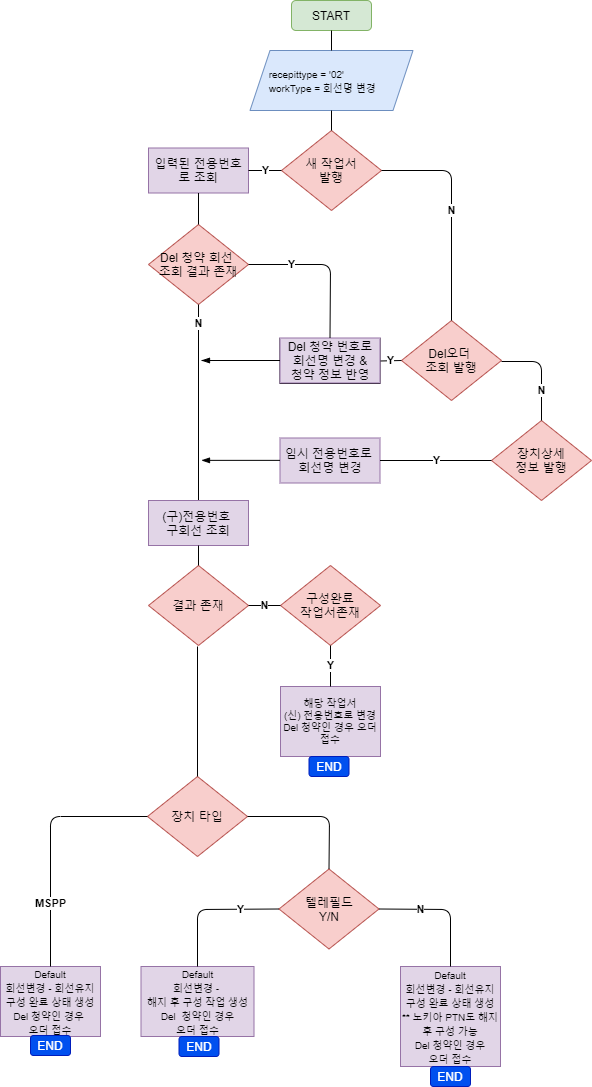
This is ff.png from CharmingTree/UML, a draw.io export, as it was before one commit. Source tidied: cells renumbered, new cells last; positions are measured from the earlier drawing's top-left corner, leaving out a move shared by most shapes.
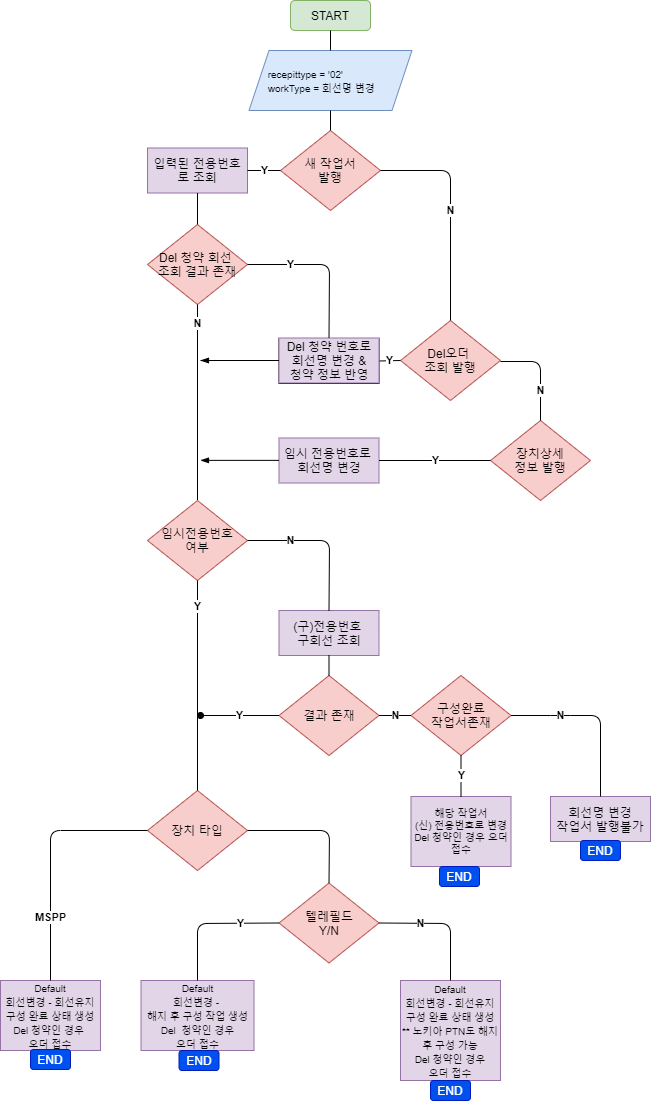
Above is the later version.

The edit, as a diff of the source:
```diff
@@ -96,16 +96,16 @@
       </mxGeometry>
     </mxCell>
     <mxCell id="25" value="(구)전용번호&amp;nbsp;&lt;br&gt;구회선 조회" style="rounded=0;whiteSpace=wrap;html=1;fillColor=#e1d5e7;strokeColor=#9673a6;" parent="1" vertex="1">
-      <mxGeometry x="148" y="500" width="100" height="45" as="geometry" />
+      <mxGeometry x="279.5" y="610" width="100" height="45" as="geometry" />
     </mxCell>
     <mxCell id="26" value="결과 존재" style="rhombus;whiteSpace=wrap;html=1;fillColor=#f8cecc;strokeColor=#b85450;" parent="1" vertex="1">
-      <mxGeometry x="148" y="565" width="100" height="80" as="geometry" />
+      <mxGeometry x="279.5" y="675" width="100" height="80" as="geometry" />
     </mxCell>
     <mxCell id="27" value="구성완료&lt;br&gt;작업서존재" style="rhombus;whiteSpace=wrap;html=1;fillColor=#f8cecc;strokeColor=#b85450;" parent="1" vertex="1">
-      <mxGeometry x="280" y="565" width="100" height="80" as="geometry" />
+      <mxGeometry x="411.5" y="675" width="100" height="80" as="geometry" />
     </mxCell>
     <mxCell id="28" value="해당 작업서&lt;br style=&quot;font-size: 10px;&quot;&gt;(신) 전용번호로 변경&lt;br style=&quot;font-size: 10px;&quot;&gt;Del 청약인 경우 오더 접수" style="rounded=0;whiteSpace=wrap;html=1;fillColor=#e1d5e7;strokeColor=#9673a6;fontSize=10;" parent="1" vertex="1">
-      <mxGeometry x="280" y="686" width="100" height="70" as="geometry" />
+      <mxGeometry x="411.5" y="796" width="100" height="70" as="geometry" />
     </mxCell>
     <mxCell id="29" value="N" style="endArrow=none;html=1;exitX=1;exitY=0.5;exitDx=0;exitDy=0;entryX=0;entryY=0.5;entryDx=0;entryDy=0;fontStyle=1;" parent="1" edge="1" source="26" target="27">
       <mxGeometry relative="1" as="geometry" />
@@ -114,67 +114,94 @@
       <mxGeometry relative="1" as="geometry" />
     </mxCell>
     <mxCell id="31" value="장치 타입" style="rhombus;whiteSpace=wrap;html=1;fillColor=#f8cecc;strokeColor=#b85450;" parent="1" vertex="1">
-      <mxGeometry x="147" y="776" width="100" height="80" as="geometry" />
+      <mxGeometry x="148" y="790" width="100" height="80" as="geometry" />
     </mxCell>
-    <mxCell id="32" style="endArrow=none;html=1;exitX=0.5;exitY=0;exitDx=0;exitDy=0;" parent="1" edge="1" source="31">
-      <mxGeometry relative="1" as="geometry">
-        <mxPoint x="197" y="646" as="targetPoint" />
-      </mxGeometry>
-    </mxCell>
     <mxCell id="33" value="&lt;font style=&quot;font-size: 10px&quot;&gt;Default&lt;br&gt;회선변경 - 회선유지&lt;br&gt;구성 완료 상태 생성&lt;br&gt;Del 청약인 경우&amp;nbsp;&lt;br&gt;오더 접수&lt;br&gt;&lt;/font&gt;" style="rounded=0;whiteSpace=wrap;html=1;fillColor=#e1d5e7;strokeColor=#9673a6;" parent="1" vertex="1">
-      <mxGeometry y="966" width="100" height="70" as="geometry" />
+      <mxGeometry x="1" y="980" width="100" height="70" as="geometry" />
     </mxCell>
     <mxCell id="34" value="MSPP" style="endArrow=none;html=1;entryX=0;entryY=0.5;entryDx=0;entryDy=0;exitX=0.5;exitY=0;exitDx=0;exitDy=0;fontStyle=1;" parent="1" edge="1" source="33" target="31">
       <mxGeometry x="-0.49" relative="1" as="geometry">
         <Array as="points">
-          <mxPoint x="50" y="816" />
+          <mxPoint x="51" y="830" />
         </Array>
       </mxGeometry>
     </mxCell>
     <mxCell id="35" value="텔레필드&lt;br&gt;Y/N" style="rhombus;whiteSpace=wrap;html=1;fillColor=#f8cecc;strokeColor=#b85450;" parent="1" vertex="1">
-      <mxGeometry x="278.5" y="868.5" width="100" height="80" as="geometry" />
+      <mxGeometry x="279.5" y="882.5" width="100" height="80" as="geometry" />
     </mxCell>
     <mxCell id="36" style="endArrow=none;html=1;exitX=1;exitY=0.5;exitDx=0;exitDy=0;entryX=0.5;entryY=0;entryDx=0;entryDy=0;" parent="1" edge="1" source="31" target="35">
       <mxGeometry relative="1" as="geometry">
         <Array as="points">
-          <mxPoint x="329" y="816" />
+          <mxPoint x="330" y="830" />
         </Array>
       </mxGeometry>
     </mxCell>
     <mxCell id="37" value="&lt;font style=&quot;font-size: 10px&quot;&gt;Default&lt;br&gt;회선변경 - &lt;br&gt;해지 후 구성 작업 생성&lt;br&gt;Del&amp;nbsp; 청약인 경우&lt;br&gt;오더 접수&lt;br&gt;&lt;/font&gt;" style="rounded=0;whiteSpace=wrap;html=1;fillColor=#e1d5e7;strokeColor=#9673a6;" parent="1" vertex="1">
-      <mxGeometry x="140.5" y="966" width="113" height="70" as="geometry" />
+      <mxGeometry x="141.5" y="980" width="113" height="70" as="geometry" />
     </mxCell>
     <mxCell id="38" value="Y" style="endArrow=none;html=1;entryX=0;entryY=0.5;entryDx=0;entryDy=0;exitX=0.5;exitY=0;exitDx=0;exitDy=0;fontStyle=1;" parent="1" edge="1" source="37" target="35">
       <mxGeometry x="0.44" relative="1" as="geometry">
         <Array as="points">
-          <mxPoint x="197" y="909" />
+          <mxPoint x="198" y="923" />
         </Array>
       </mxGeometry>
     </mxCell>
     <mxCell id="39" value="&lt;font style=&quot;font-size: 10px&quot;&gt;Default&lt;br&gt;회선변경 - 회선유지&lt;br&gt;구성 완료 상태 생성&lt;br&gt;** 노키아 PTN도 해지 후 구성 가능&lt;br&gt;Del 청약인 경우&lt;br&gt;오더 접수&lt;br&gt;&lt;/font&gt;" style="rounded=0;whiteSpace=wrap;html=1;fillColor=#e1d5e7;strokeColor=#9673a6;" parent="1" vertex="1">
-      <mxGeometry x="400" y="966" width="100" height="100" as="geometry" />
+      <mxGeometry x="401" y="980" width="100" height="100" as="geometry" />
     </mxCell>
     <mxCell id="40" value="N" style="endArrow=none;html=1;entryX=1;entryY=0.5;entryDx=0;entryDy=0;exitX=0.5;exitY=0;exitDx=0;exitDy=0;fontStyle=1;" parent="1" edge="1" source="39" target="35">
       <mxGeometry x="0.35" relative="1" as="geometry">
         <Array as="points">
-          <mxPoint x="450" y="909" />
+          <mxPoint x="451" y="923" />
         </Array>
       </mxGeometry>
     </mxCell>
     <mxCell id="41" value="END" style="rounded=1;whiteSpace=wrap;html=1;fillColor=#0050ef;strokeColor=#001DBC;fontColor=#ffffff;" parent="1" vertex="1">
-      <mxGeometry x="308.5" y="756" width="40" height="20" as="geometry" />
+      <mxGeometry x="440" y="866" width="40" height="20" as="geometry" />
     </mxCell>
     <mxCell id="42" value="END" style="rounded=1;whiteSpace=wrap;html=1;fillColor=#0050ef;strokeColor=#001DBC;fontColor=#ffffff;" parent="1" vertex="1">
-      <mxGeometry x="178.5" y="1036" width="40" height="20" as="geometry" />
+      <mxGeometry x="179.5" y="1050" width="40" height="20" as="geometry" />
     </mxCell>
     <mxCell id="43" value="END" style="rounded=1;whiteSpace=wrap;html=1;fillColor=#0050ef;strokeColor=#001DBC;fontColor=#ffffff;" parent="1" vertex="1">
-      <mxGeometry x="30" y="1035" width="40" height="20" as="geometry" />
+      <mxGeometry x="31" y="1049" width="40" height="20" as="geometry" />
     </mxCell>
     <mxCell id="44" value="END" style="rounded=1;whiteSpace=wrap;html=1;fillColor=#0050ef;strokeColor=#001DBC;fontColor=#ffffff;" parent="1" vertex="1">
-      <mxGeometry x="430" y="1066" width="40" height="20" as="geometry" />
+      <mxGeometry x="431" y="1080" width="40" height="20" as="geometry" />
     </mxCell>
     <mxCell id="45" style="endArrow=none;html=1;entryX=0.5;entryY=1;entryDx=0;entryDy=0;exitX=0.5;exitY=0;exitDx=0;exitDy=0;" parent="1" edge="1" source="26" target="25">
       <mxGeometry relative="1" as="geometry" />
     </mxCell>
+    <mxCell id="46" value="임시전용번호&lt;br&gt;여부" style="rhombus;whiteSpace=wrap;html=1;fillColor=#f8cecc;strokeColor=#b85450;" parent="1" vertex="1">
+      <mxGeometry x="148" y="500" width="100" height="80" as="geometry" />
+    </mxCell>
+    <mxCell id="47" value="Y" style="endArrow=none;html=1;entryX=0.5;entryY=1;entryDx=0;entryDy=0;exitX=0.5;exitY=0;exitDx=0;exitDy=0;fontStyle=1;" parent="1" edge="1" source="31" target="46">
+      <mxGeometry x="0.75" relative="1" as="geometry" />
+    </mxCell>
+    <mxCell id="48" value="N" style="endArrow=none;html=1;entryX=1;entryY=0.5;entryDx=0;entryDy=0;exitX=0.5;exitY=0;exitDx=0;exitDy=0;fontStyle=1;" parent="1" edge="1" source="25" target="46">
+      <mxGeometry x="0.43" relative="1" as="geometry">
+        <Array as="points">
+          <mxPoint x="330" y="540" />
+        </Array>
+      </mxGeometry>
+    </mxCell>
+    <mxCell id="49" value="Y" style="endArrow=none;html=1;entryX=0;entryY=0.5;entryDx=0;entryDy=0;startArrow=oval;startFill=1;fontStyle=1;" parent="1" edge="1" target="26">
+      <mxGeometry relative="1" as="geometry">
+        <mxPoint x="201" y="715" as="sourcePoint" />
+      </mxGeometry>
+    </mxCell>
+    <mxCell id="50" value="회선명 변경&lt;br&gt;작업서 발행불가" style="rounded=0;whiteSpace=wrap;html=1;fillColor=#e1d5e7;strokeColor=#9673a6;" parent="1" vertex="1">
+      <mxGeometry x="551" y="796" width="100" height="45" as="geometry" />
+    </mxCell>
+    <mxCell id="51" value="N" style="endArrow=none;html=1;entryX=1;entryY=0.5;entryDx=0;entryDy=0;exitX=0.5;exitY=0;exitDx=0;exitDy=0;fontStyle=1;" parent="1" edge="1" source="50" target="27">
+      <mxGeometry x="0.42" relative="1" as="geometry">
+        <Array as="points">
+          <mxPoint x="601" y="715" />
+          <mxPoint x="561" y="715" />
+        </Array>
+      </mxGeometry>
+    </mxCell>
+    <mxCell id="52" value="END" style="rounded=1;whiteSpace=wrap;html=1;fillColor=#0050ef;strokeColor=#001DBC;fontColor=#ffffff;" parent="1" vertex="1">
+      <mxGeometry x="581" y="840" width="40" height="20" as="geometry" />
+    </mxCell>
   </root>
 </mxGraphModel>
```
